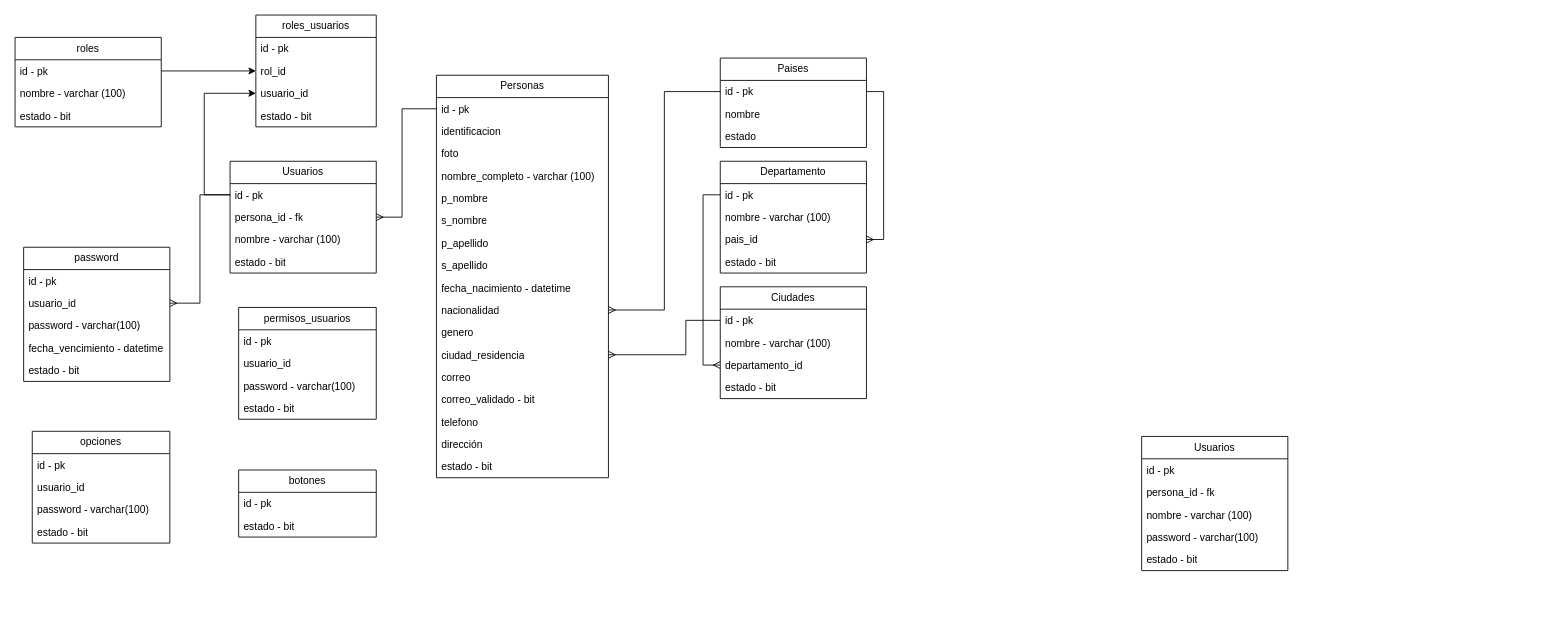
Before: Diagrama sin título.drawio in AustinVM/diagram-project-store, a draw.io diagram. Source tidied: cells renumbered, new cells numbered last; positions are measured from the earlier drawing's top-left corner, leaving out a move shared by most shapes. Both pictures are drawn from the tidied source at 86%, with x=0, y=0 at pixel (15, 15).
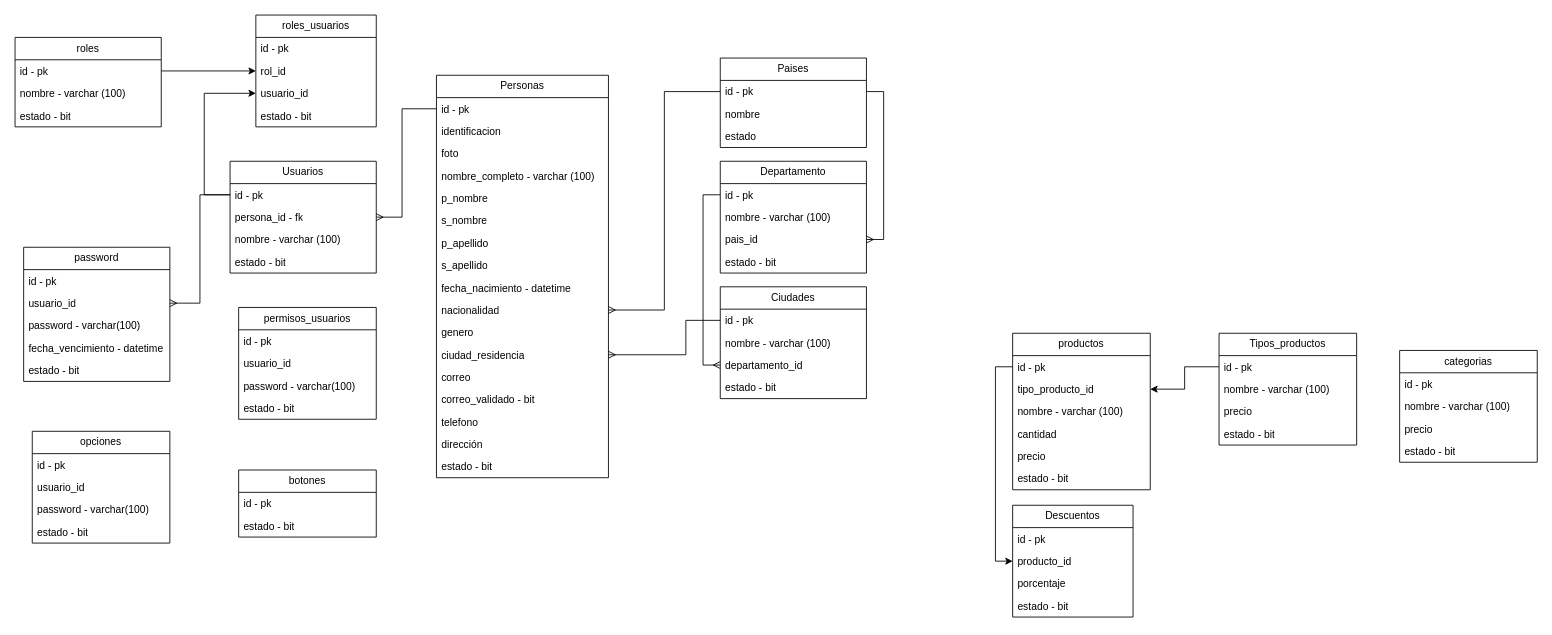
After the change.

Diff of the diagram source:
```diff
@@
-    <mxCell id="35" value="Usuarios" style="swimlane;fontStyle=0;horizontal=1;startSize=26;fillColor=none;whiteSpace=wrap;html=1;" parent="1" vertex="1">
-      <mxGeometry x="1310" y="490" width="170" height="156" as="geometry" />
+    <mxCell id="35" value="Tipos_productos" style="swimlane;fontStyle=0;horizontal=1;startSize=26;fillColor=none;whiteSpace=wrap;html=1;" parent="1" vertex="1">
+      <mxGeometry x="1400" y="370" width="160" height="130" as="geometry" />
     </mxCell>
     <mxCell id="36" value="id - pk&amp;nbsp;" style="text;strokeColor=none;fillColor=none;align=left;verticalAlign=top;spacingLeft=4;spacingRight=4;overflow=hidden;points=[[0,0.5],[1,0.5]];portConstraint=eastwest;whiteSpace=wrap;html=1;" parent="35" vertex="1">
-      <mxGeometry y="26" width="170" height="26" as="geometry" />
+      <mxGeometry y="26" width="160" height="26" as="geometry" />
     </mxCell>
-    <mxCell id="37" value="persona_id - fk" style="text;strokeColor=none;fillColor=none;align=left;verticalAlign=top;spacingLeft=4;spacingRight=4;overflow=hidden;whiteSpace=wrap;html=1;" parent="35" vertex="1">
-      <mxGeometry y="52" width="170" height="26" as="geometry" />
-    </mxCell>
     <mxCell id="38" value="nombre - varchar (100&lt;span style=&quot;background-color: initial;&quot;&gt;)&lt;/span&gt;" style="text;strokeColor=none;fillColor=none;align=left;verticalAlign=top;spacingLeft=4;spacingRight=4;overflow=hidden;whiteSpace=wrap;html=1;" parent="35" vertex="1">
-      <mxGeometry y="78" width="170" height="26" as="geometry" />
+      <mxGeometry y="52" width="160" height="26" as="geometry" />
     </mxCell>
-    <mxCell id="39" value="password - varchar(100)" style="text;strokeColor=none;fillColor=none;align=left;verticalAlign=top;spacingLeft=4;spacingRight=4;overflow=hidden;whiteSpace=wrap;html=1;" parent="35" vertex="1">
-      <mxGeometry y="104" width="170" height="26" as="geometry" />
+    <mxCell id="39" value="precio" style="text;strokeColor=none;fillColor=none;align=left;verticalAlign=top;spacingLeft=4;spacingRight=4;overflow=hidden;whiteSpace=wrap;html=1;" parent="35" vertex="1">
+      <mxGeometry y="78" width="160" height="26" as="geometry" />
     </mxCell>
     <mxCell id="40" value="estado - bit" style="text;strokeColor=none;fillColor=none;align=left;verticalAlign=top;spacingLeft=4;spacingRight=4;overflow=hidden;whiteSpace=wrap;html=1;" parent="35" vertex="1">
-      <mxGeometry y="130" width="170" height="26" as="geometry" />
+      <mxGeometry y="104" width="160" height="26" as="geometry" />
     </mxCell>
@@
+    <mxCell id="81" value="categorias" style="swimlane;fontStyle=0;horizontal=1;startSize=26;fillColor=none;whiteSpace=wrap;html=1;" parent="1" vertex="1">
+      <mxGeometry x="1610" y="390" width="160" height="130" as="geometry" />
+    </mxCell>
+    <mxCell id="82" value="id - pk&amp;nbsp;" style="text;strokeColor=none;fillColor=none;align=left;verticalAlign=top;spacingLeft=4;spacingRight=4;overflow=hidden;whiteSpace=wrap;html=1;" parent="81" vertex="1">
+      <mxGeometry y="26" width="160" height="26" as="geometry" />
+    </mxCell>
+    <mxCell id="83" value="nombre - varchar (100&lt;span style=&quot;background-color: initial;&quot;&gt;)&lt;/span&gt;" style="text;strokeColor=none;fillColor=none;align=left;verticalAlign=top;spacingLeft=4;spacingRight=4;overflow=hidden;whiteSpace=wrap;html=1;" parent="81" vertex="1">
+      <mxGeometry y="52" width="160" height="26" as="geometry" />
+    </mxCell>
+    <mxCell id="84" value="precio" style="text;strokeColor=none;fillColor=none;align=left;verticalAlign=top;spacingLeft=4;spacingRight=4;overflow=hidden;whiteSpace=wrap;html=1;" parent="81" vertex="1">
+      <mxGeometry y="78" width="160" height="26" as="geometry" />
+    </mxCell>
+    <mxCell id="85" value="estado - bit" style="text;strokeColor=none;fillColor=none;align=left;verticalAlign=top;spacingLeft=4;spacingRight=4;overflow=hidden;whiteSpace=wrap;html=1;" parent="81" vertex="1">
+      <mxGeometry y="104" width="160" height="26" as="geometry" />
+    </mxCell>
+    <mxCell id="86" value="productos" style="swimlane;fontStyle=0;horizontal=1;startSize=26;fillColor=none;whiteSpace=wrap;html=1;" parent="1" vertex="1">
+      <mxGeometry x="1160" y="370" width="160" height="182" as="geometry" />
+    </mxCell>
+    <mxCell id="87" value="id - pk&amp;nbsp;" style="text;strokeColor=none;fillColor=none;align=left;verticalAlign=top;spacingLeft=4;spacingRight=4;overflow=hidden;points=[[0,0.5],[1,0.5]];portConstraint=eastwest;whiteSpace=wrap;html=1;" parent="86" vertex="1">
+      <mxGeometry y="26" width="160" height="26" as="geometry" />
+    </mxCell>
+    <mxCell id="88" value="tipo_producto_id" style="text;strokeColor=none;fillColor=none;align=left;verticalAlign=top;spacingLeft=4;spacingRight=4;overflow=hidden;points=[[0,0.5],[1,0.5]];portConstraint=eastwest;whiteSpace=wrap;html=1;" parent="86" vertex="1">
+      <mxGeometry y="52" width="160" height="26" as="geometry" />
+    </mxCell>
+    <mxCell id="89" value="nombre - varchar (100&lt;span style=&quot;background-color: initial;&quot;&gt;)&lt;/span&gt;" style="text;strokeColor=none;fillColor=none;align=left;verticalAlign=top;spacingLeft=4;spacingRight=4;overflow=hidden;whiteSpace=wrap;html=1;" parent="86" vertex="1">
+      <mxGeometry y="78" width="160" height="26" as="geometry" />
+    </mxCell>
+    <mxCell id="90" value="cantidad" style="text;strokeColor=none;fillColor=none;align=left;verticalAlign=top;spacingLeft=4;spacingRight=4;overflow=hidden;whiteSpace=wrap;html=1;" parent="86" vertex="1">
+      <mxGeometry y="104" width="160" height="26" as="geometry" />
+    </mxCell>
+    <mxCell id="91" value="precio" style="text;strokeColor=none;fillColor=none;align=left;verticalAlign=top;spacingLeft=4;spacingRight=4;overflow=hidden;whiteSpace=wrap;html=1;" parent="86" vertex="1">
+      <mxGeometry y="130" width="160" height="26" as="geometry" />
+    </mxCell>
+    <mxCell id="92" value="estado - bit" style="text;strokeColor=none;fillColor=none;align=left;verticalAlign=top;spacingLeft=4;spacingRight=4;overflow=hidden;whiteSpace=wrap;html=1;" parent="86" vertex="1">
+      <mxGeometry y="156" width="160" height="26" as="geometry" />
+    </mxCell>
+    <mxCell id="93" value="Descuentos" style="swimlane;fontStyle=0;horizontal=1;startSize=26;fillColor=none;whiteSpace=wrap;html=1;" parent="1" vertex="1">
+      <mxGeometry x="1160" y="570" width="140" height="130" as="geometry" />
+    </mxCell>
+    <mxCell id="94" value="id - pk&amp;nbsp;" style="text;strokeColor=none;fillColor=none;align=left;verticalAlign=top;spacingLeft=4;spacingRight=4;overflow=hidden;whiteSpace=wrap;html=1;" parent="93" vertex="1">
+      <mxGeometry y="26" width="140" height="26" as="geometry" />
+    </mxCell>
+    <mxCell id="95" value="producto_id" style="text;strokeColor=none;fillColor=none;align=left;verticalAlign=top;spacingLeft=4;spacingRight=4;overflow=hidden;points=[[0,0.5],[1,0.5]];portConstraint=eastwest;whiteSpace=wrap;html=1;" parent="93" vertex="1">
+      <mxGeometry y="52" width="140" height="26" as="geometry" />
+    </mxCell>
+    <mxCell id="96" value="porcentaje" style="text;strokeColor=none;fillColor=none;align=left;verticalAlign=top;spacingLeft=4;spacingRight=4;overflow=hidden;whiteSpace=wrap;html=1;" parent="93" vertex="1">
+      <mxGeometry y="78" width="140" height="26" as="geometry" />
+    </mxCell>
+    <mxCell id="97" value="estado - bit" style="text;strokeColor=none;fillColor=none;align=left;verticalAlign=top;spacingLeft=4;spacingRight=4;overflow=hidden;whiteSpace=wrap;html=1;" parent="93" vertex="1">
+      <mxGeometry y="104" width="140" height="26" as="geometry" />
+    </mxCell>
+    <mxCell id="98" style="edgeStyle=orthogonalEdgeStyle;rounded=0;jettySize=auto;html=1;entryX=1;entryY=0.5;entryDx=0;entryDy=0;" parent="1" edge="1" source="36" target="88">
+      <mxGeometry relative="1" as="geometry" />
+    </mxCell>
+    <mxCell id="99" style="edgeStyle=orthogonalEdgeStyle;rounded=0;jettySize=auto;html=1;entryX=0;entryY=0.5;entryDx=0;entryDy=0;" parent="1" edge="1" source="87" target="95">
+      <mxGeometry relative="1" as="geometry" />
+    </mxCell>
```
